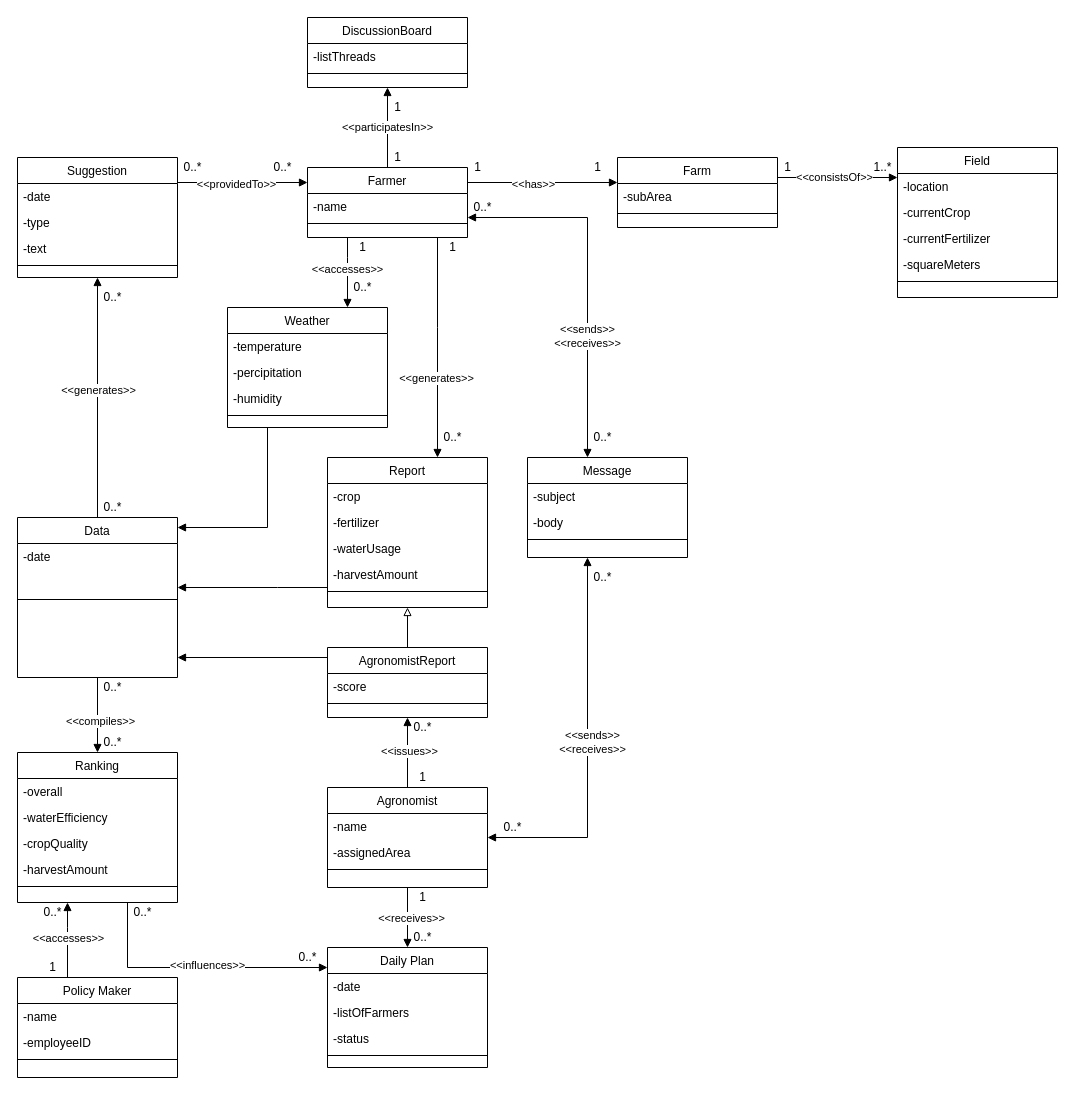
The draw.io diagram images_diagrams/class_diagram.drawio in gabrielemarra/DREAM-ProjectDesign, before the edit. Source tidied: cells renumbered, new cells numbered last; positions are measured from the earlier drawing's top-left corner, leaving out a move shared by most shapes. Both pictures are drawn from the tidied source at 100%, with x=0, y=0 at pixel (17, 17).
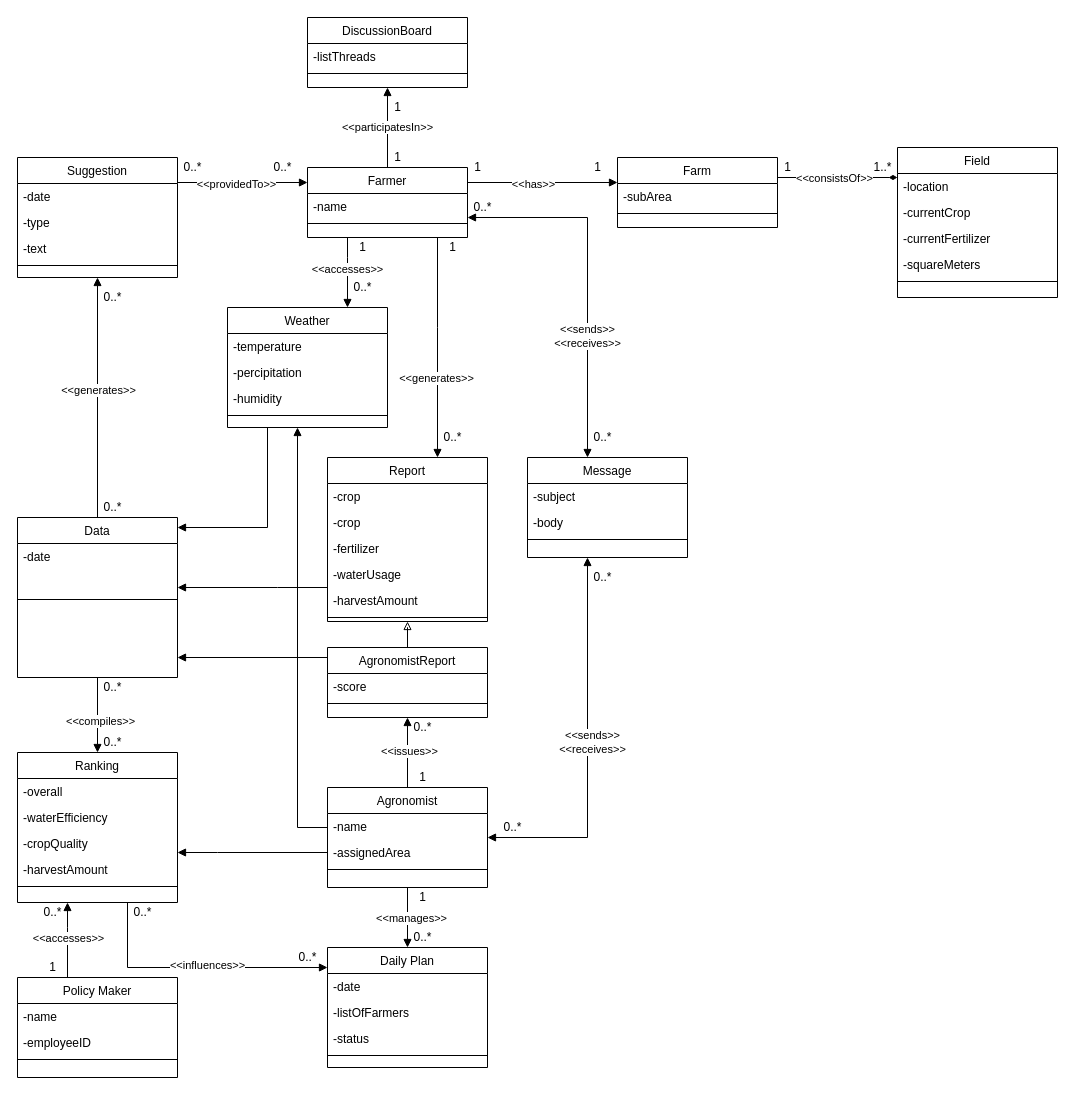
The same page after the edit.

The change refers to these unchanged cells:
```xml
<mxCell id="13" value="Field" style="swimlane;fontStyle=0;align=center;verticalAlign=top;horizontal=1;startSize=26;rounded=0;shadow=0;strokeWidth=1;" parent="1" vertex="1">
  <mxGeometry x="880" y="130" width="160" height="150" as="geometry" />
</mxCell>
<mxCell id="21" value="Farm" style="swimlane;fontStyle=0;align=center;verticalAlign=top;horizontal=1;startSize=26;rounded=0;shadow=0;strokeWidth=1;" parent="1" vertex="1">
  <mxGeometry x="600" y="140" width="160" height="70" as="geometry" />
</mxCell>
<mxCell id="48" style="edgeStyle=orthogonalEdgeStyle;rounded=0;jettySize=auto;html=1;endArrow=block;endFill=1;" parent="1" edge="1" source="50" target="54">
  <mxGeometry relative="1" as="geometry" />
</mxCell>
<mxCell id="52" value="-assignedArea" style="text;align=left;verticalAlign=top;spacingLeft=4;spacingRight=4;overflow=hidden;points=[[0,0.5],[1,0.5]];portConstraint=eastwest;rounded=0;shadow=0;html=0;" parent="50" vertex="1">
  <mxGeometry y="52" width="160" height="26" as="geometry" />
</mxCell>
<mxCell id="88" value="Ranking" style="swimlane;fontStyle=0;align=center;verticalAlign=top;horizontal=1;startSize=26;rounded=0;shadow=0;strokeWidth=1;" parent="1" vertex="1">
  <mxGeometry y="735" width="160" height="150" as="geometry" />
</mxCell>
```

The edit, as a diff of the source:
```diff
@@
-    <mxCell id="19" style="edgeStyle=orthogonalEdgeStyle;rounded=0;jettySize=auto;html=1;endArrow=block;endFill=1;" parent="1" edge="1" source="21" target="13">
+    <mxCell id="19" style="edgeStyle=orthogonalEdgeStyle;rounded=0;jettySize=auto;html=1;endArrow=diamondThin;endFill=1;" parent="1" edge="1" source="21" target="13">
       <mxGeometry relative="1" as="geometry">
         <Array as="points">
           <mxPoint x="820" y="160" />
           <mxPoint x="820" y="160" />
         </Array>
       </mxGeometry>
     </mxCell>
     <mxCell id="20" value="&amp;lt;&amp;lt;consistsOf&amp;gt;&amp;gt;" style="edgeLabel;html=1;align=center;verticalAlign=middle;" parent="19" vertex="1">
-      <mxGeometry x="-0.07" y="1" relative="1" as="geometry" />
+      <mxGeometry x="-0.07" y="1" relative="1" as="geometry">
+        <mxPoint y="1" as="offset" />
+      </mxGeometry>
     </mxCell>
@@
     <mxCell id="24" value="Report" style="swimlane;fontStyle=0;align=center;verticalAlign=top;horizontal=1;startSize=26;rounded=0;shadow=0;strokeWidth=1;" parent="1" vertex="1">
-      <mxGeometry x="310" y="440" width="160" height="150" as="geometry" />
+      <mxGeometry x="310" y="440" width="160" height="164" as="geometry" />
     </mxCell>
+    <mxCell id="122" value="-crop" style="text;align=left;verticalAlign=top;spacingLeft=4;spacingRight=4;overflow=hidden;" parent="24" vertex="1">
+      <mxGeometry y="26" width="160" height="26" as="geometry" />
+    </mxCell>
     <mxCell id="25" value="-crop" style="text;align=left;verticalAlign=top;spacingLeft=4;spacingRight=4;overflow=hidden;" parent="24" vertex="1">
-      <mxGeometry y="26" width="160" height="26" as="geometry" />
+      <mxGeometry y="52" width="160" height="26" as="geometry" />
     </mxCell>
     <mxCell id="26" value="-fertilizer" style="text;align=left;verticalAlign=top;spacingLeft=4;spacingRight=4;overflow=hidden;" parent="24" vertex="1">
-      <mxGeometry y="52" width="160" height="26" as="geometry" />
+      <mxGeometry y="78" width="160" height="26" as="geometry" />
     </mxCell>
     <mxCell id="27" value="-waterUsage" style="text;align=left;verticalAlign=top;spacingLeft=4;spacingRight=4;overflow=hidden;" parent="24" vertex="1">
-      <mxGeometry y="78" width="160" height="26" as="geometry" />
+      <mxGeometry y="104" width="160" height="26" as="geometry" />
     </mxCell>
     <mxCell id="28" value="-harvestAmount" style="text;align=left;verticalAlign=top;spacingLeft=4;spacingRight=4;overflow=hidden;" parent="24" vertex="1">
-      <mxGeometry y="104" width="160" height="26" as="geometry" />
+      <mxGeometry y="130" width="160" height="26" as="geometry" />
     </mxCell>
     <mxCell id="29" style="line;html=1;strokeWidth=1;align=left;verticalAlign=middle;spacingTop=-1;spacingLeft=3;spacingRight=3;labelPosition=right;" parent="24" vertex="1">
-      <mxGeometry y="130" width="160" height="8" as="geometry" />
+      <mxGeometry y="156" width="160" height="8" as="geometry" />
     </mxCell>
@@
-    <mxCell id="49" value="&amp;lt;&amp;lt;receives&amp;gt;&amp;gt;" style="edgeLabel;html=1;align=center;verticalAlign=middle;" parent="48" vertex="1">
+    <mxCell id="49" value="&amp;lt;&amp;lt;manages&amp;gt;&amp;gt;" style="edgeLabel;html=1;align=center;verticalAlign=middle;" parent="48" vertex="1">
       <mxGeometry x="0.01" y="3" relative="1" as="geometry" />
     </mxCell>
@@
+    <mxCell id="123" style="edgeStyle=orthogonalEdgeStyle;rounded=0;orthogonalLoop=1;jettySize=auto;html=1;endArrow=block;endFill=1;" parent="1" edge="1">
+      <mxGeometry relative="1" as="geometry">
+        <mxPoint x="310" y="810" as="sourcePoint" />
+        <mxPoint x="280" y="410" as="targetPoint" />
+        <Array as="points">
+          <mxPoint x="310" y="810" />
+          <mxPoint x="280" y="810" />
+        </Array>
+      </mxGeometry>
+    </mxCell>
+    <mxCell id="124" style="edgeStyle=orthogonalEdgeStyle;rounded=0;jettySize=auto;html=1;exitX=0;exitY=0.5;exitDx=0;exitDy=0;endArrow=block;endFill=1;" parent="1" edge="1" source="52" target="88">
+      <mxGeometry relative="1" as="geometry">
+        <Array as="points">
+          <mxPoint x="200" y="835" />
+          <mxPoint x="200" y="835" />
+        </Array>
+      </mxGeometry>
+    </mxCell>
```
